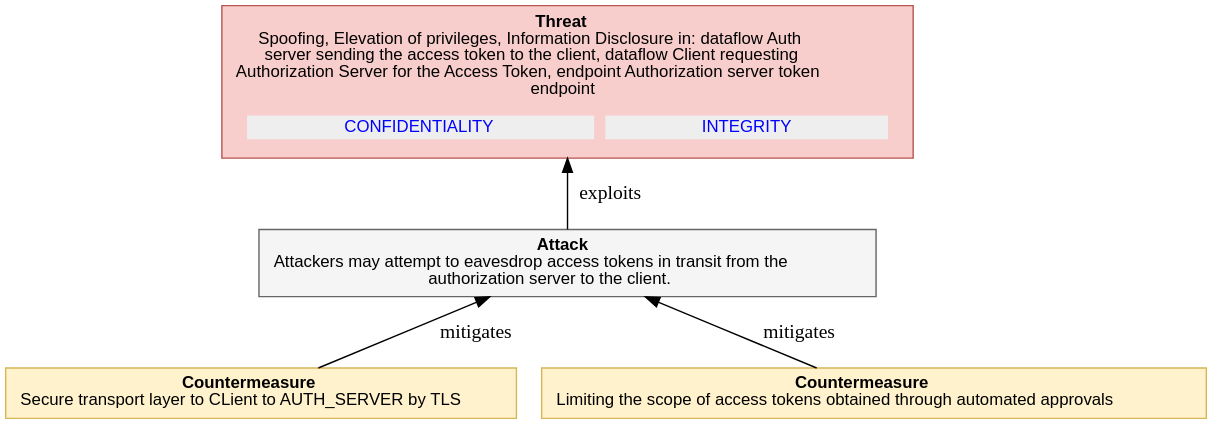
The PlantUML diagram report-examples/OAuth2/img/threatTree/4_3_1_EAVESDROPPING_ACCESS_TOKENS1.svg in DavidCervigni/threat-models, before a commit. Its source is kept beside it as report-examples/OAuth2/img/threatTree/4_3_1_EAVESDROPPING_ACCESS_TOKENS1.puml.
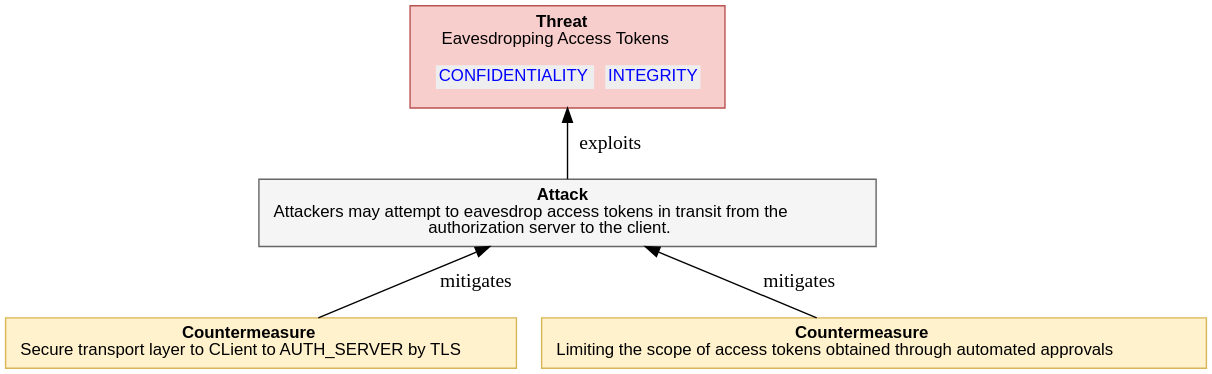
The same diagram one commit later.

Diff of the diagram source:
```diff
@@ -7,7 +7,7 @@
     <<table border="0" cellborder="0" cellspacing="0">
      <tr><td align="center"><b>Threat</b><br/>
 
-Spoofing, Elevation of privileges, Information Disclosure in: dataflow Auth<br/>server sending the access token to the client, dataflow Client requesting<br/>Authorization Server for the Access Token, endpoint Authorization server token<br/>endpoint
+Eavesdropping Access Tokens
 </td></tr>
      <tr><td><table border="0" cellborder="0" cellspacing="8"><tr>
                 ret += secObj.linkedImpactMDText()
```
